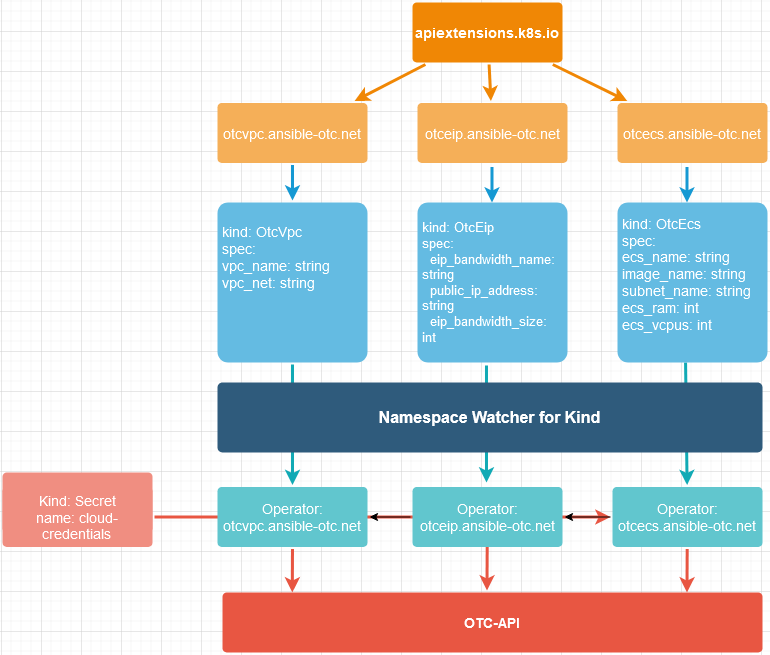
Earlier version of the draw.io export ansible-otc-operator.png (eumel8/ansible-otc-operator). Source tidied: cells renumbered, new cells last; positions are measured from the earlier drawing's top-left corner, leaving out a move shared by most shapes. Source of this version:
```xml
<mxGraphModel background="#ffffff">
  <root>
    <mxCell id="0" />
    <mxCell id="1" parent="0" />
    <mxCell id="2" style="edgeStyle=none;rounded=1;jumpStyle=none;html=1;shadow=0;labelBackgroundColor=none;startArrow=none;startFill=0;jettySize=auto;strokeColor=#12AAB5;strokeWidth=3;fontFamily=Helvetica;fontSize=14;fontColor=#FFFFFF;spacing=5;fontStyle=1;fillColor=#b0e3e6;exitX=0.461;exitY=1.006;exitDx=0;exitDy=0;exitPerimeter=0;" parent="1" edge="1" source="22">
      <mxGeometry relative="1" as="geometry">
        <mxPoint x="484" y="480" as="targetPoint" />
      </mxGeometry>
    </mxCell>
    <mxCell id="3" style="edgeStyle=none;rounded=1;jumpStyle=none;html=1;shadow=0;labelBackgroundColor=none;startArrow=none;startFill=0;jettySize=auto;strokeColor=#12AAB5;strokeWidth=3;fontFamily=Helvetica;fontSize=14;fontColor=#FFFFFF;spacing=5;fontStyle=1;fillColor=#b0e3e6;" parent="1" edge="1" source="11" target="21">
      <mxGeometry relative="1" as="geometry" />
    </mxCell>
    <mxCell id="4" style="edgeStyle=none;rounded=1;jumpStyle=none;html=1;shadow=0;labelBackgroundColor=none;startArrow=none;startFill=0;jettySize=auto;strokeColor=#12AAB5;strokeWidth=3;fontFamily=Helvetica;fontSize=14;fontColor=#FFFFFF;spacing=5;fontStyle=1;fillColor=#b0e3e6;exitX=0.455;exitY=0.988;exitDx=0;exitDy=0;exitPerimeter=0;" parent="1" edge="1" source="23" target="20">
      <mxGeometry relative="1" as="geometry" />
    </mxCell>
    <mxCell id="5" value="Namespace Watcher for Kind" style="rounded=1;whiteSpace=wrap;html=1;shadow=0;labelBackgroundColor=none;strokeColor=none;strokeWidth=3;fillColor=#2F5B7C;fontFamily=Helvetica;fontSize=16;fontColor=#FFFFFF;align=center;fontStyle=1;spacing=5;arcSize=7;perimeterSpacing=2;" parent="1" vertex="1">
      <mxGeometry x="215" y="380" width="545" height="70" as="geometry" />
    </mxCell>
    <mxCell id="6" style="edgeStyle=none;rounded=1;jumpStyle=none;html=1;shadow=0;labelBackgroundColor=none;startArrow=none;startFill=0;jettySize=auto;strokeColor=#E85642;strokeWidth=3;fontFamily=Helvetica;fontSize=14;fontColor=#FFFFFF;spacing=5;fontStyle=1;fillColor=#b0e3e6;exitX=1;exitY=0.5;exitDx=0;exitDy=0;entryX=0;entryY=0.5;entryDx=0;entryDy=0;" parent="1" edge="1" source="9" target="20">
      <mxGeometry relative="1" as="geometry" />
    </mxCell>
    <mxCell id="7" value="OTC-API" style="rounded=1;whiteSpace=wrap;html=1;shadow=0;labelBackgroundColor=none;strokeColor=none;strokeWidth=3;fillColor=#e85642;fontFamily=Helvetica;fontSize=14;fontColor=#FFFFFF;align=center;spacing=5;fontStyle=1;arcSize=7;perimeterSpacing=2;" parent="1" vertex="1">
      <mxGeometry x="220" y="590" width="540" height="60" as="geometry" />
    </mxCell>
    <mxCell id="8" value="Theories" style="rounded=1;whiteSpace=wrap;html=1;shadow=0;labelBackgroundColor=none;strokeColor=none;strokeWidth=3;fillColor=#f08e81;fontFamily=Helvetica;fontSize=14;fontColor=#FFFFFF;align=center;spacing=5;fontStyle=0;arcSize=7;perimeterSpacing=2;" parent="1" vertex="1">
      <mxGeometry y="470" width="150" height="60" as="geometry" />
    </mxCell>
    <mxCell id="9" value="&lt;div&gt;Kind: Secret&lt;/div&gt;&lt;div&gt;name: cloud-credentials&lt;br&gt;&lt;/div&gt;" style="rounded=1;whiteSpace=wrap;html=1;shadow=0;labelBackgroundColor=none;strokeColor=none;strokeWidth=3;fillColor=#f08e81;fontFamily=Helvetica;fontSize=14;fontColor=#FFFFFF;align=center;spacing=5;fontStyle=0;arcSize=7;perimeterSpacing=2;" parent="1" vertex="1">
      <mxGeometry y="484.5" width="150" height="60" as="geometry" />
    </mxCell>
    <mxCell id="10" style="edgeStyle=none;rounded=0;jumpStyle=none;html=1;shadow=0;labelBackgroundColor=none;startArrow=none;startFill=0;endArrow=classic;endFill=1;jettySize=auto;strokeColor=#1699D3;strokeWidth=3;fontFamily=Helvetica;fontSize=14;fontColor=#FFFFFF;spacing=5;exitX=0.5;exitY=1;exitDx=0;exitDy=0;" parent="1" edge="1" source="17" target="11">
      <mxGeometry relative="1" as="geometry" />
    </mxCell>
    <mxCell id="11" value="&lt;div align=&quot;left&quot;&gt;kind: OtcVpc&lt;/div&gt;&lt;div align=&quot;left&quot;&gt;spec: &lt;br&gt;&lt;/div&gt;&lt;div align=&quot;left&quot;&gt;vpc_name: string&lt;/div&gt;&lt;div align=&quot;left&quot;&gt;vpc_net: string&lt;/div&gt;&lt;div align=&quot;left&quot;&gt;&lt;br&gt;&lt;/div&gt;&lt;div align=&quot;left&quot;&gt;&lt;br&gt;&lt;/div&gt;&lt;div align=&quot;left&quot;&gt;&lt;br&gt;&lt;/div&gt;" style="rounded=1;whiteSpace=wrap;html=1;shadow=0;labelBackgroundColor=none;strokeColor=none;strokeWidth=3;fillColor=#64bbe2;fontFamily=Helvetica;fontSize=14;fontColor=#FFFFFF;align=left;spacing=5;arcSize=7;perimeterSpacing=2;" parent="1" vertex="1">
      <mxGeometry x="215" y="200" width="150" height="160" as="geometry" />
    </mxCell>
    <mxCell id="12" value="apiextensions.k8s.io" style="rounded=1;whiteSpace=wrap;html=1;shadow=0;labelBackgroundColor=none;strokeColor=none;strokeWidth=3;fillColor=#F08705;fontFamily=Helvetica;fontSize=14;fontColor=#FFFFFF;align=center;spacing=5;fontStyle=1;arcSize=7;perimeterSpacing=2;" parent="1" vertex="1">
      <mxGeometry x="410" width="150" height="60" as="geometry" />
    </mxCell>
    <mxCell id="13" value="otcecs.ansible-otc.net" style="rounded=1;whiteSpace=wrap;html=1;shadow=0;labelBackgroundColor=none;strokeColor=none;strokeWidth=3;fillColor=#f5af58;fontFamily=Helvetica;fontSize=14;fontColor=#FFFFFF;align=center;spacing=5;arcSize=7;perimeterSpacing=2;" parent="1" vertex="1">
      <mxGeometry x="615" y="100.5" width="150" height="60" as="geometry" />
    </mxCell>
    <mxCell id="14" style="edgeStyle=none;rounded=0;jumpStyle=none;html=1;shadow=0;labelBackgroundColor=none;startArrow=none;startFill=0;endArrow=classic;endFill=1;jettySize=auto;strokeColor=#F08705;strokeWidth=3;fontFamily=Helvetica;fontSize=14;fontColor=#FFFFFF;spacing=5;" parent="1" edge="1" source="12" target="13">
      <mxGeometry relative="1" as="geometry" />
    </mxCell>
    <mxCell id="15" value="otceip.ansible-otc.net" style="rounded=1;whiteSpace=wrap;html=1;shadow=0;labelBackgroundColor=none;strokeColor=none;strokeWidth=3;fillColor=#f5af58;fontFamily=Helvetica;fontSize=14;fontColor=#FFFFFF;align=center;spacing=5;arcSize=7;perimeterSpacing=2;" parent="1" vertex="1">
      <mxGeometry x="415" y="100.5" width="150" height="60" as="geometry" />
    </mxCell>
    <mxCell id="16" style="edgeStyle=none;rounded=0;jumpStyle=none;html=1;shadow=0;labelBackgroundColor=none;startArrow=none;startFill=0;endArrow=classic;endFill=1;jettySize=auto;strokeColor=#F08705;strokeWidth=3;fontFamily=Helvetica;fontSize=14;fontColor=#FFFFFF;spacing=5;" parent="1" edge="1" source="12" target="15">
      <mxGeometry relative="1" as="geometry" />
    </mxCell>
    <mxCell id="17" value="otcvpc.ansible-otc.net" style="rounded=1;whiteSpace=wrap;html=1;shadow=0;labelBackgroundColor=none;strokeColor=none;strokeWidth=3;fillColor=#f5af58;fontFamily=Helvetica;fontSize=14;fontColor=#FFFFFF;align=center;spacing=5;arcSize=7;perimeterSpacing=2;" parent="1" vertex="1">
      <mxGeometry x="215" y="100.5" width="150" height="60" as="geometry" />
    </mxCell>
    <mxCell id="18" style="edgeStyle=none;rounded=0;jumpStyle=none;html=1;shadow=0;labelBackgroundColor=none;startArrow=none;startFill=0;endArrow=classic;endFill=1;jettySize=auto;strokeColor=#F08705;strokeWidth=3;fontFamily=Helvetica;fontSize=14;fontColor=#FFFFFF;spacing=5;" parent="1" edge="1" source="12" target="17">
      <mxGeometry relative="1" as="geometry" />
    </mxCell>
    <mxCell id="19" style="edgeStyle=orthogonalEdgeStyle;rounded=0;jettySize=auto;html=1;" parent="1" edge="1" source="20" target="25">
      <mxGeometry relative="1" as="geometry" />
    </mxCell>
    <mxCell id="20" value="Operator: otcecs.ansible-otc.net" style="rounded=1;whiteSpace=wrap;html=1;shadow=0;labelBackgroundColor=none;strokeColor=none;strokeWidth=3;fillColor=#61c6ce;fontFamily=Helvetica;fontSize=14;fontColor=#FFFFFF;align=center;spacing=5;fontStyle=0;arcSize=7;perimeterSpacing=2;" parent="1" vertex="1">
      <mxGeometry x="610" y="484.5" width="150" height="60" as="geometry" />
    </mxCell>
    <mxCell id="21" value="Operator: otcvpc.ansible-otc.net" style="rounded=1;whiteSpace=wrap;html=1;shadow=0;labelBackgroundColor=none;strokeColor=none;strokeWidth=3;fillColor=#61c6ce;fontFamily=Helvetica;fontSize=14;fontColor=#FFFFFF;align=center;spacing=5;fontStyle=0;arcSize=7;perimeterSpacing=2;" parent="1" vertex="1">
      <mxGeometry x="215" y="484.5" width="150" height="60" as="geometry" />
    </mxCell>
    <mxCell id="22" value="&lt;div style=&quot;font-size: 13px&quot; align=&quot;left&quot;&gt;&lt;font style=&quot;font-size: 13px&quot;&gt;kind: OtcEip&lt;/font&gt;&lt;/div&gt;&lt;div style=&quot;font-size: 13px&quot; align=&quot;left&quot;&gt;&lt;font style=&quot;font-size: 13px&quot;&gt;spec:&lt;br&gt;&amp;nbsp; eip_bandwidth_name: string&lt;br&gt;&amp;nbsp; public_ip_address: string&lt;br&gt;&amp;nbsp; eip_bandwidth_size: int&lt;br&gt;&lt;/font&gt;&lt;/div&gt;" style="rounded=1;whiteSpace=wrap;html=1;shadow=0;labelBackgroundColor=none;strokeColor=none;strokeWidth=3;fillColor=#64bbe2;fontFamily=Helvetica;fontSize=14;fontColor=#FFFFFF;align=left;spacing=5;arcSize=7;perimeterSpacing=2;" parent="1" vertex="1">
      <mxGeometry x="415" y="200" width="150" height="160" as="geometry" />
    </mxCell>
    <mxCell id="23" value="&lt;div align=&quot;left&quot;&gt;kind: OtcEcs&lt;/div&gt;&lt;div align=&quot;left&quot;&gt;spec: &lt;br&gt;&lt;/div&gt;&lt;div align=&quot;left&quot;&gt;ecs_name: string&lt;/div&gt;&lt;div align=&quot;left&quot;&gt;image_name: string&lt;/div&gt;&lt;div align=&quot;left&quot;&gt;subnet_name: string&lt;/div&gt;&lt;div align=&quot;left&quot;&gt;ecs_ram: int&lt;/div&gt;&lt;div align=&quot;left&quot;&gt;ecs_vcpus: int&lt;br&gt;&lt;/div&gt;&lt;div align=&quot;left&quot;&gt;&lt;br&gt;&lt;/div&gt;" style="rounded=1;whiteSpace=wrap;html=1;shadow=0;labelBackgroundColor=none;strokeColor=none;strokeWidth=3;fillColor=#64bbe2;fontFamily=Helvetica;fontSize=14;fontColor=#FFFFFF;align=left;spacing=5;arcSize=7;perimeterSpacing=2;" parent="1" vertex="1">
      <mxGeometry x="615" y="200" width="150" height="160" as="geometry" />
    </mxCell>
    <mxCell id="24" style="edgeStyle=orthogonalEdgeStyle;rounded=0;jettySize=auto;html=1;" parent="1" edge="1" source="25" target="21">
      <mxGeometry relative="1" as="geometry" />
    </mxCell>
    <mxCell id="25" value="Operator: otceip.ansible-otc.net" style="rounded=1;whiteSpace=wrap;html=1;shadow=0;labelBackgroundColor=none;strokeColor=none;strokeWidth=3;fillColor=#61c6ce;fontFamily=Helvetica;fontSize=14;fontColor=#FFFFFF;align=center;spacing=5;fontStyle=0;arcSize=7;perimeterSpacing=2;" parent="1" vertex="1">
      <mxGeometry x="410" y="484.5" width="150" height="60" as="geometry" />
    </mxCell>
    <mxCell id="26" style="edgeStyle=none;rounded=0;jumpStyle=none;html=1;shadow=0;labelBackgroundColor=none;startArrow=none;startFill=0;endArrow=classic;endFill=1;jettySize=auto;orthogonalLoop=1;strokeColor=#1699D3;strokeWidth=3;fontFamily=Helvetica;fontSize=14;fontColor=#FFFFFF;spacing=5;exitX=0.5;exitY=1;exitDx=0;exitDy=0;" parent="1" edge="1">
      <mxGeometry relative="1" as="geometry">
        <mxPoint x="684.5" y="164.5" as="sourcePoint" />
        <mxPoint x="684.5" y="200" as="targetPoint" />
      </mxGeometry>
    </mxCell>
    <mxCell id="27" style="edgeStyle=none;rounded=0;jumpStyle=none;html=1;shadow=0;labelBackgroundColor=none;startArrow=none;startFill=0;endArrow=classic;endFill=1;jettySize=auto;orthogonalLoop=1;strokeColor=#1699D3;strokeWidth=3;fontFamily=Helvetica;fontSize=14;fontColor=#FFFFFF;spacing=5;exitX=0.5;exitY=1;exitDx=0;exitDy=0;" parent="1" edge="1">
      <mxGeometry relative="1" as="geometry">
        <mxPoint x="489.5" y="164.5" as="sourcePoint" />
        <mxPoint x="489.5" y="200" as="targetPoint" />
      </mxGeometry>
    </mxCell>
    <mxCell id="28" style="edgeStyle=none;rounded=1;jumpStyle=none;html=1;shadow=0;labelBackgroundColor=none;startArrow=none;startFill=0;jettySize=auto;strokeColor=#E85642;strokeWidth=3;fontFamily=Helvetica;fontSize=14;fontColor=#FFFFFF;spacing=5;fontStyle=1;fillColor=#b0e3e6;exitX=0.5;exitY=1;exitDx=0;exitDy=0;entryX=0.132;entryY=0.031;entryDx=0;entryDy=0;entryPerimeter=0;" parent="1" edge="1" source="21" target="7">
      <mxGeometry relative="1" as="geometry" />
    </mxCell>
    <mxCell id="29" style="edgeStyle=none;rounded=1;jumpStyle=none;html=1;shadow=0;labelBackgroundColor=none;startArrow=none;startFill=0;jettySize=auto;orthogonalLoop=1;strokeColor=#E85642;strokeWidth=3;fontFamily=Helvetica;fontSize=14;fontColor=#FFFFFF;spacing=5;fontStyle=1;fillColor=#b0e3e6;exitX=0.5;exitY=1;exitDx=0;exitDy=0;entryX=0.132;entryY=0.031;entryDx=0;entryDy=0;entryPerimeter=0;" parent="1" edge="1">
      <mxGeometry relative="1" as="geometry">
        <mxPoint x="684.7" y="546.5" as="sourcePoint" />
        <mxPoint x="684.5" y="590" as="targetPoint" />
      </mxGeometry>
    </mxCell>
    <mxCell id="30" style="edgeStyle=none;rounded=1;jumpStyle=none;html=1;shadow=0;labelBackgroundColor=none;startArrow=none;startFill=0;jettySize=auto;orthogonalLoop=1;strokeColor=#E85642;strokeWidth=3;fontFamily=Helvetica;fontSize=14;fontColor=#FFFFFF;spacing=5;fontStyle=1;fillColor=#b0e3e6;exitX=0.5;exitY=1;exitDx=0;exitDy=0;entryX=0.132;entryY=0.031;entryDx=0;entryDy=0;entryPerimeter=0;" parent="1" edge="1">
      <mxGeometry relative="1" as="geometry">
        <mxPoint x="484.7" y="544.5" as="sourcePoint" />
        <mxPoint x="484.5" y="588" as="targetPoint" />
      </mxGeometry>
    </mxCell>
  </root>
</mxGraphModel>
```
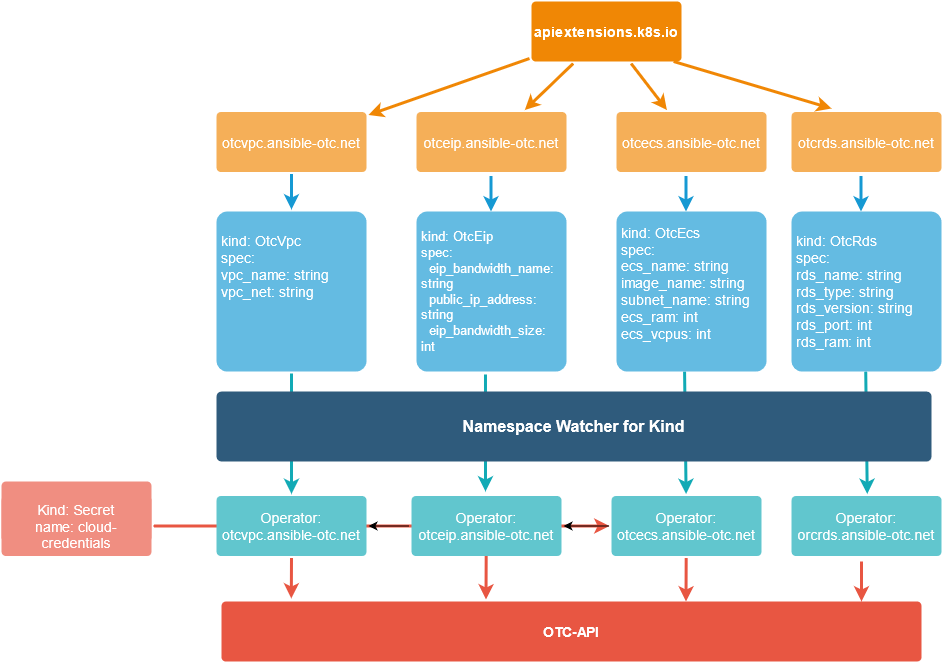
After the change.

Commit message:
refresh graph

Diff of the diagram source:
```diff
@@ -2,6 +2,12 @@
   <root>
     <mxCell id="0" />
     <mxCell id="1" parent="0" />
+    <mxCell id="31" style="edgeStyle=none;rounded=1;jumpStyle=none;html=1;shadow=0;labelBackgroundColor=none;startArrow=none;startFill=0;jettySize=auto;orthogonalLoop=1;strokeColor=#12AAB5;strokeWidth=3;fontFamily=Helvetica;fontSize=14;fontColor=#FFFFFF;spacing=5;fontStyle=1;fillColor=#b0e3e6;exitX=0.455;exitY=0.988;exitDx=0;exitDy=0;exitPerimeter=0;" parent="1" edge="1">
+      <mxGeometry relative="1" as="geometry">
+        <mxPoint x="864.2" y="360" as="sourcePoint" />
+        <mxPoint x="865.8" y="482.5" as="targetPoint" />
+      </mxGeometry>
+    </mxCell>
     <mxCell id="2" style="edgeStyle=none;rounded=1;jumpStyle=none;html=1;shadow=0;labelBackgroundColor=none;startArrow=none;startFill=0;jettySize=auto;strokeColor=#12AAB5;strokeWidth=3;fontFamily=Helvetica;fontSize=14;fontColor=#FFFFFF;spacing=5;fontStyle=1;fillColor=#b0e3e6;exitX=0.461;exitY=1.006;exitDx=0;exitDy=0;exitPerimeter=0;" parent="1" edge="1" source="22">
       <mxGeometry relative="1" as="geometry">
         <mxPoint x="484" y="480" as="targetPoint" />
@@ -14,13 +20,13 @@
       <mxGeometry relative="1" as="geometry" />
     </mxCell>
     <mxCell id="5" value="Namespace Watcher for Kind" style="rounded=1;whiteSpace=wrap;html=1;shadow=0;labelBackgroundColor=none;strokeColor=none;strokeWidth=3;fillColor=#2F5B7C;fontFamily=Helvetica;fontSize=16;fontColor=#FFFFFF;align=center;fontStyle=1;spacing=5;arcSize=7;perimeterSpacing=2;" parent="1" vertex="1">
-      <mxGeometry x="215" y="380" width="545" height="70" as="geometry" />
+      <mxGeometry x="215" y="380" width="715" height="70" as="geometry" />
     </mxCell>
     <mxCell id="6" style="edgeStyle=none;rounded=1;jumpStyle=none;html=1;shadow=0;labelBackgroundColor=none;startArrow=none;startFill=0;jettySize=auto;strokeColor=#E85642;strokeWidth=3;fontFamily=Helvetica;fontSize=14;fontColor=#FFFFFF;spacing=5;fontStyle=1;fillColor=#b0e3e6;exitX=1;exitY=0.5;exitDx=0;exitDy=0;entryX=0;entryY=0.5;entryDx=0;entryDy=0;" parent="1" edge="1" source="9" target="20">
       <mxGeometry relative="1" as="geometry" />
     </mxCell>
     <mxCell id="7" value="OTC-API" style="rounded=1;whiteSpace=wrap;html=1;shadow=0;labelBackgroundColor=none;strokeColor=none;strokeWidth=3;fillColor=#e85642;fontFamily=Helvetica;fontSize=14;fontColor=#FFFFFF;align=center;spacing=5;fontStyle=1;arcSize=7;perimeterSpacing=2;" parent="1" vertex="1">
-      <mxGeometry x="220" y="590" width="540" height="60" as="geometry" />
+      <mxGeometry x="220" y="590" width="700" height="60" as="geometry" />
     </mxCell>
     <mxCell id="8" value="Theories" style="rounded=1;whiteSpace=wrap;html=1;shadow=0;labelBackgroundColor=none;strokeColor=none;strokeWidth=3;fillColor=#f08e81;fontFamily=Helvetica;fontSize=14;fontColor=#FFFFFF;align=center;spacing=5;fontStyle=0;arcSize=7;perimeterSpacing=2;" parent="1" vertex="1">
       <mxGeometry y="470" width="150" height="60" as="geometry" />
@@ -35,7 +41,7 @@
       <mxGeometry x="215" y="200" width="150" height="160" as="geometry" />
     </mxCell>
     <mxCell id="12" value="apiextensions.k8s.io" style="rounded=1;whiteSpace=wrap;html=1;shadow=0;labelBackgroundColor=none;strokeColor=none;strokeWidth=3;fillColor=#F08705;fontFamily=Helvetica;fontSize=14;fontColor=#FFFFFF;align=center;spacing=5;fontStyle=1;arcSize=7;perimeterSpacing=2;" parent="1" vertex="1">
-      <mxGeometry x="410" width="150" height="60" as="geometry" />
+      <mxGeometry x="530" y="-10" width="150" height="60" as="geometry" />
     </mxCell>
     <mxCell id="13" value="otcecs.ansible-otc.net" style="rounded=1;whiteSpace=wrap;html=1;shadow=0;labelBackgroundColor=none;strokeColor=none;strokeWidth=3;fillColor=#f5af58;fontFamily=Helvetica;fontSize=14;fontColor=#FFFFFF;align=center;spacing=5;arcSize=7;perimeterSpacing=2;" parent="1" vertex="1">
       <mxGeometry x="615" y="100.5" width="150" height="60" as="geometry" />
@@ -88,7 +94,7 @@
         <mxPoint x="489.5" y="200" as="targetPoint" />
       </mxGeometry>
     </mxCell>
-    <mxCell id="28" style="edgeStyle=none;rounded=1;jumpStyle=none;html=1;shadow=0;labelBackgroundColor=none;startArrow=none;startFill=0;jettySize=auto;strokeColor=#E85642;strokeWidth=3;fontFamily=Helvetica;fontSize=14;fontColor=#FFFFFF;spacing=5;fontStyle=1;fillColor=#b0e3e6;exitX=0.5;exitY=1;exitDx=0;exitDy=0;entryX=0.132;entryY=0.031;entryDx=0;entryDy=0;entryPerimeter=0;" parent="1" edge="1" source="21" target="7">
+    <mxCell id="28" style="edgeStyle=none;rounded=1;jumpStyle=none;html=1;shadow=0;labelBackgroundColor=none;startArrow=none;startFill=0;jettySize=auto;strokeColor=#E85642;strokeWidth=3;fontFamily=Helvetica;fontSize=14;fontColor=#FFFFFF;spacing=5;fontStyle=1;fillColor=#b0e3e6;exitX=0.5;exitY=1;exitDx=0;exitDy=0;entryX=0.102;entryY=-0.016;entryDx=0;entryDy=0;entryPerimeter=0;" parent="1" edge="1" source="21" target="7">
       <mxGeometry relative="1" as="geometry" />
     </mxCell>
     <mxCell id="29" style="edgeStyle=none;rounded=1;jumpStyle=none;html=1;shadow=0;labelBackgroundColor=none;startArrow=none;startFill=0;jettySize=auto;orthogonalLoop=1;strokeColor=#E85642;strokeWidth=3;fontFamily=Helvetica;fontSize=14;fontColor=#FFFFFF;spacing=5;fontStyle=1;fillColor=#b0e3e6;exitX=0.5;exitY=1;exitDx=0;exitDy=0;entryX=0.132;entryY=0.031;entryDx=0;entryDy=0;entryPerimeter=0;" parent="1" edge="1">
@@ -103,5 +109,32 @@
         <mxPoint x="484.5" y="588" as="targetPoint" />
       </mxGeometry>
     </mxCell>
+    <mxCell id="32" value="otcrds.ansible-otc.net" style="rounded=1;whiteSpace=wrap;html=1;shadow=0;labelBackgroundColor=none;strokeColor=none;strokeWidth=3;fillColor=#f5af58;fontFamily=Helvetica;fontSize=14;fontColor=#FFFFFF;align=center;spacing=5;arcSize=7;perimeterSpacing=2;" parent="1" vertex="1">
+      <mxGeometry x="790" y="100.5" width="150" height="60" as="geometry" />
+    </mxCell>
+    <mxCell id="33" value="&lt;div align=&quot;left&quot;&gt;kind: OtcRds&lt;/div&gt;&lt;div align=&quot;left&quot;&gt;spec: &lt;br&gt;&lt;/div&gt;&lt;div align=&quot;left&quot;&gt;rds_name: string&lt;/div&gt;&lt;div align=&quot;left&quot;&gt;rds_type: string&lt;/div&gt;&lt;div align=&quot;left&quot;&gt;rds_version: string&lt;/div&gt;&lt;div align=&quot;left&quot;&gt;rds_port: int&lt;/div&gt;&lt;div align=&quot;left&quot;&gt;rds_ram: int&lt;/div&gt;" style="rounded=1;whiteSpace=wrap;html=1;shadow=0;labelBackgroundColor=none;strokeColor=none;strokeWidth=3;fillColor=#64bbe2;fontFamily=Helvetica;fontSize=14;fontColor=#FFFFFF;align=left;spacing=5;arcSize=7;perimeterSpacing=2;" parent="1" vertex="1">
+      <mxGeometry x="790" y="200" width="150" height="160" as="geometry" />
+    </mxCell>
+    <mxCell id="34" style="edgeStyle=none;rounded=0;jumpStyle=none;html=1;shadow=0;labelBackgroundColor=none;startArrow=none;startFill=0;endArrow=classic;endFill=1;jettySize=auto;orthogonalLoop=1;strokeColor=#1699D3;strokeWidth=3;fontFamily=Helvetica;fontSize=14;fontColor=#FFFFFF;spacing=5;exitX=0.5;exitY=1;exitDx=0;exitDy=0;" parent="1" edge="1">
+      <mxGeometry relative="1" as="geometry">
+        <mxPoint x="859.5" y="164.5" as="sourcePoint" />
+        <mxPoint x="859.5" y="200" as="targetPoint" />
+      </mxGeometry>
+    </mxCell>
+    <mxCell id="35" style="edgeStyle=none;rounded=0;jumpStyle=none;html=1;shadow=0;labelBackgroundColor=none;startArrow=none;startFill=0;endArrow=classic;endFill=1;jettySize=auto;orthogonalLoop=1;strokeColor=#F08705;strokeWidth=3;fontFamily=Helvetica;fontSize=14;fontColor=#FFFFFF;spacing=5;" parent="1" edge="1">
+      <mxGeometry relative="1" as="geometry">
+        <mxPoint x="672.1" y="50" as="sourcePoint" />
+        <mxPoint x="830" y="97" as="targetPoint" />
+      </mxGeometry>
+    </mxCell>
+    <mxCell id="36" value="Operator: orcrds.ansible-otc.net" style="rounded=1;whiteSpace=wrap;html=1;shadow=0;labelBackgroundColor=none;strokeColor=none;strokeWidth=3;fillColor=#61c6ce;fontFamily=Helvetica;fontSize=14;fontColor=#FFFFFF;align=center;spacing=5;fontStyle=0;arcSize=7;perimeterSpacing=2;" parent="1" vertex="1">
+      <mxGeometry x="790" y="484.5" width="150" height="60" as="geometry" />
+    </mxCell>
+    <mxCell id="37" style="edgeStyle=none;rounded=1;jumpStyle=none;html=1;shadow=0;labelBackgroundColor=none;startArrow=none;startFill=0;jettySize=auto;orthogonalLoop=1;strokeColor=#E85642;strokeWidth=3;fontFamily=Helvetica;fontSize=14;fontColor=#FFFFFF;spacing=5;fontStyle=1;fillColor=#b0e3e6;" parent="1" edge="1">
+      <mxGeometry relative="1" as="geometry">
+        <mxPoint x="860" y="550" as="sourcePoint" />
+        <mxPoint x="860" y="590" as="targetPoint" />
+      </mxGeometry>
+    </mxCell>
   </root>
 </mxGraphModel>
```
